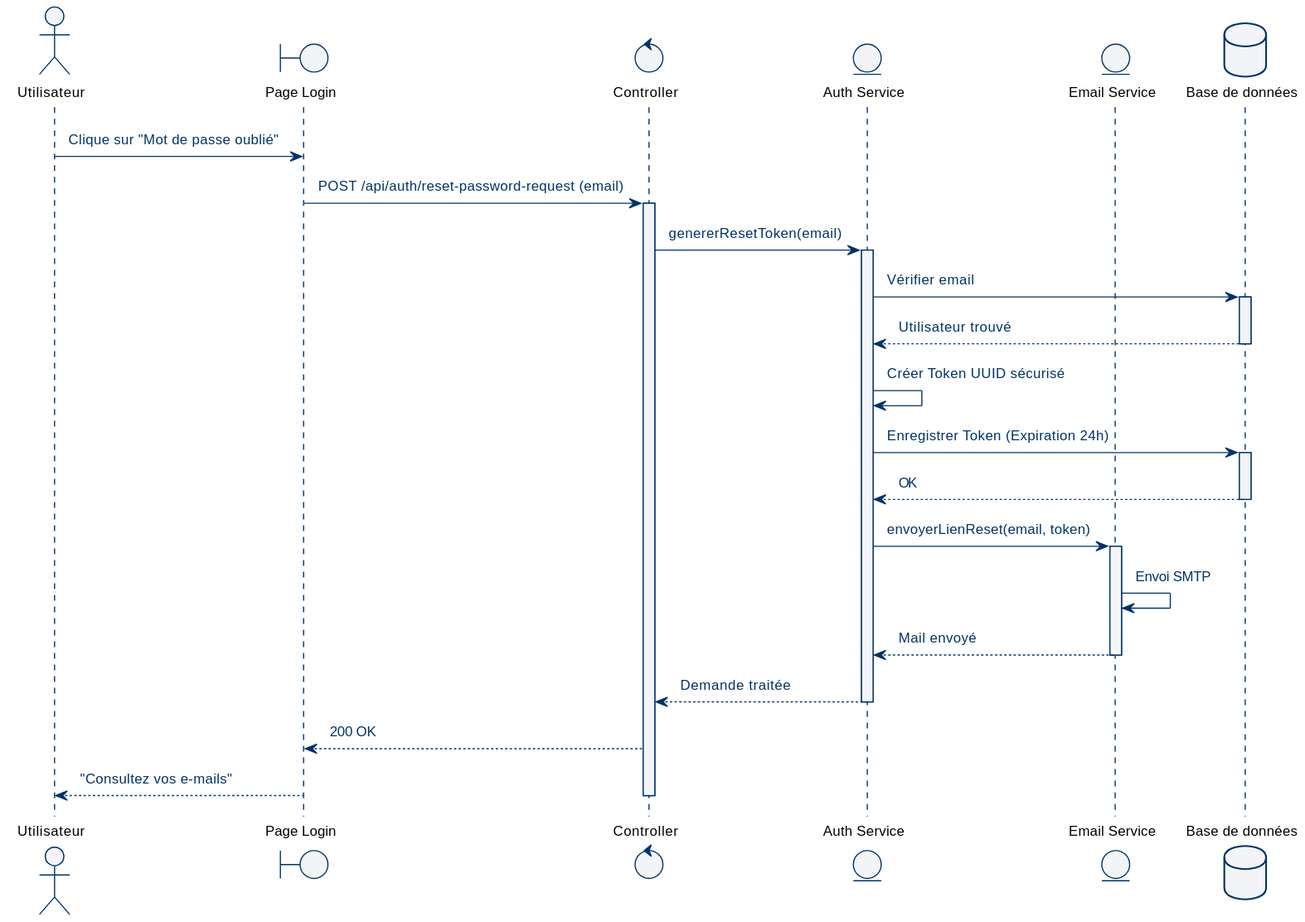
Before: docs/diagrams/svg/seq_reset_password.svg, a diagram exported from PlantUML (abdelaziz-ebourki/system-gestion-soutenance). Its diagram source:
```plantuml
@startuml
!theme pfe from .

actor "Utilisateur" as User
boundary "Page Login" as Front
control "Controller" as Controller
entity "Auth Service" as Service
entity "Email Service" as Mail
database "Base de données" as DB

User -> Front : Clique sur "Mot de passe oublié"
Front -> Controller : POST /api/auth/reset-password-request (email)
activate Controller

Controller -> Service : genererResetToken(email)
activate Service

Service -> DB : Vérifier email
activate DB
DB --> Service : Utilisateur trouvé
deactivate DB

Service -> Service : Créer Token UUID sécurisé
Service -> DB : Enregistrer Token (Expiration 24h)
activate DB
DB --> Service : OK
deactivate DB

Service -> Mail : envoyerLienReset(email, token)
activate Mail
Mail -> Mail : Envoi SMTP
Mail --> Service : Mail envoyé
deactivate Mail

Service --> Controller : Demande traitée
deactivate Service

Controller --> Front : 200 OK
Front --> User : "Consultez vos e-mails"
deactivate Controller
@enduml
```
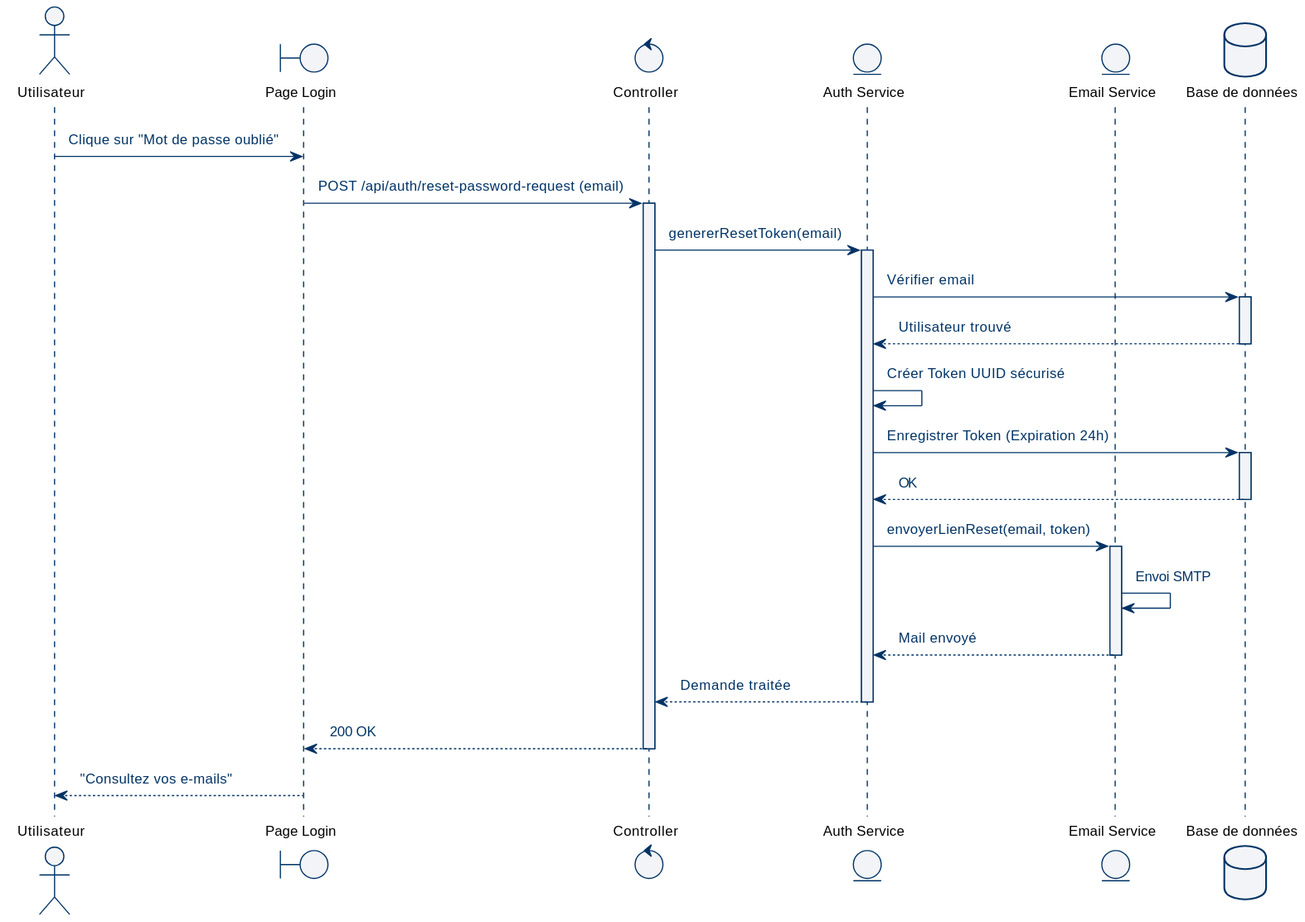
After the change.

Diff of the diagram source:
```diff
@@ -36,6 +36,7 @@
 deactivate Service
 
 Controller --> Front : 200 OK
+deactivate Controller
+
 Front --> User : "Consultez vos e-mails"
-deactivate Controller
 @enduml
```
